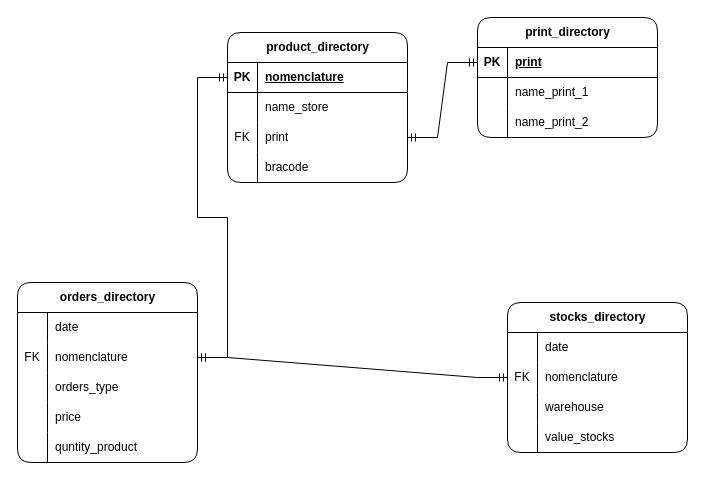
The draw.io diagram Инфологическая модель.drawio in roge111/Case_SQL, before the edit. Source tidied: cells renumbered, new cells numbered last; positions are measured from the earlier drawing's top-left corner, leaving out a move shared by most shapes. Both pictures are drawn from the tidied source at 100%, with x=0, y=0 at pixel (17, 17).
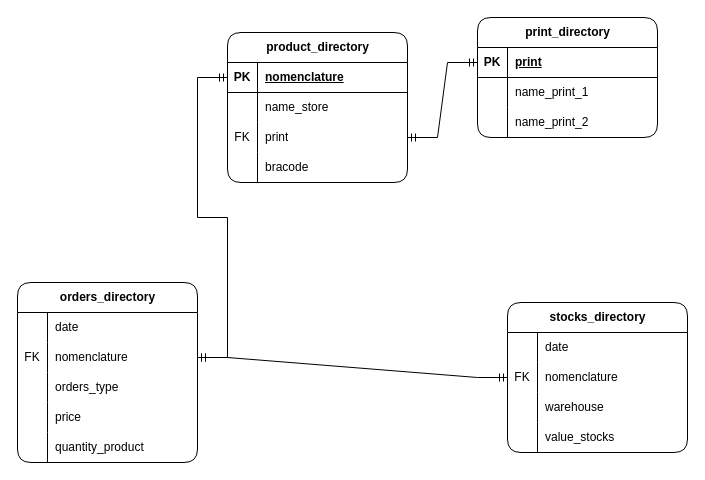
After the change.

The change refers to these unchanged cells:
```xml
<mxCell id="51" style="shape=tableRow;horizontal=0;startSize=0;swimlaneHead=0;swimlaneBody=0;fillColor=none;top=0;left=0;right=0;bottom=0;" parent="38" vertex="1">
  <mxGeometry y="150" width="180" height="30" as="geometry" />
</mxCell>
```

What changed in the source:
```diff
@@
-    <mxCell id="53" value="quntity_product" style="shape=partialRectangle;fillColor=none;top=0;left=0;bottom=0;right=0;align=left;spacingLeft=6;overflow=hidden;whiteSpace=wrap;html=1;" parent="51" vertex="1">
+    <mxCell id="53" value="quantity_product" style="shape=partialRectangle;fillColor=none;top=0;left=0;bottom=0;right=0;align=left;spacingLeft=6;overflow=hidden;whiteSpace=wrap;html=1;" parent="51" vertex="1">
       <mxGeometry x="30" width="150" height="30" as="geometry" />
     </mxCell>
```
